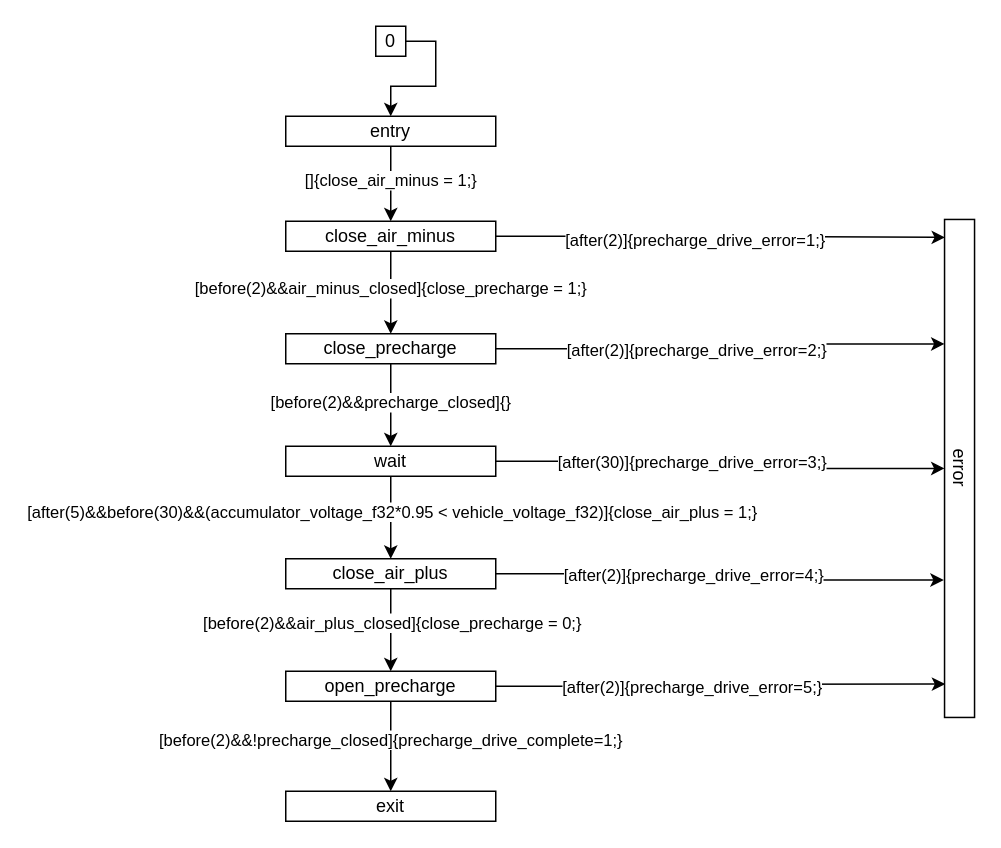
Above: page "precharge_drive" (2 of 7) of xver/xsm/XML/graph.drawio in osceri/AMS-CC (draw.io), before the change. Source tidied: cells renumbered, new cells numbered last; positions are measured from the earlier drawing's top-left corner, leaving out a move shared by most shapes. Both pictures are drawn from the tidied source at 150%, with x=0, y=0 at pixel (285, 26).
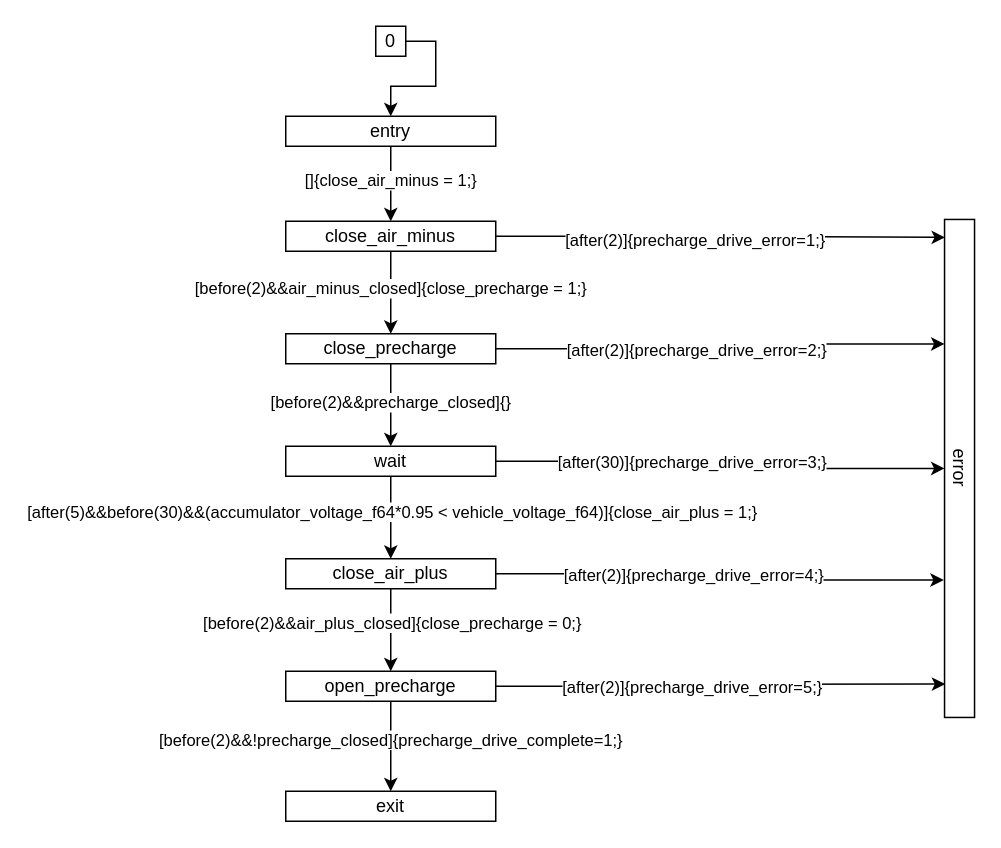
Above is the later version.

The change refers to these unchanged cells:
```xml
<mxCell id="12" style="edgeStyle=orthogonalEdgeStyle;rounded=0;jettySize=auto;html=1;exitX=0.5;exitY=1;exitDx=0;exitDy=0;entryX=0.5;entryY=0;entryDx=0;entryDy=0;" parent="1" edge="1" source="16" target="21">
  <mxGeometry relative="1" as="geometry" />
</mxCell>
```

What changed in the source:
```diff
@@
-    <mxCell id="13" value="[after(5)&amp;amp;&amp;amp;before(30)&amp;amp;&amp;amp;(accumulator_voltage_f32*0.95 &amp;lt; vehicle_voltage_f32)]{close_air_plus = 1;}" style="edgeLabel;html=1;align=center;verticalAlign=middle;" parent="12" vertex="1">
+    <mxCell id="13" value="[after(5)&amp;amp;&amp;amp;before(30)&amp;amp;&amp;amp;(accumulator_voltage_f64*0.95 &amp;lt; vehicle_voltage_f64)]{close_air_plus = 1;}" style="edgeLabel;html=1;align=center;verticalAlign=middle;" parent="12" vertex="1">
       <mxGeometry x="-0.17" relative="1" as="geometry" />
     </mxCell>
```
